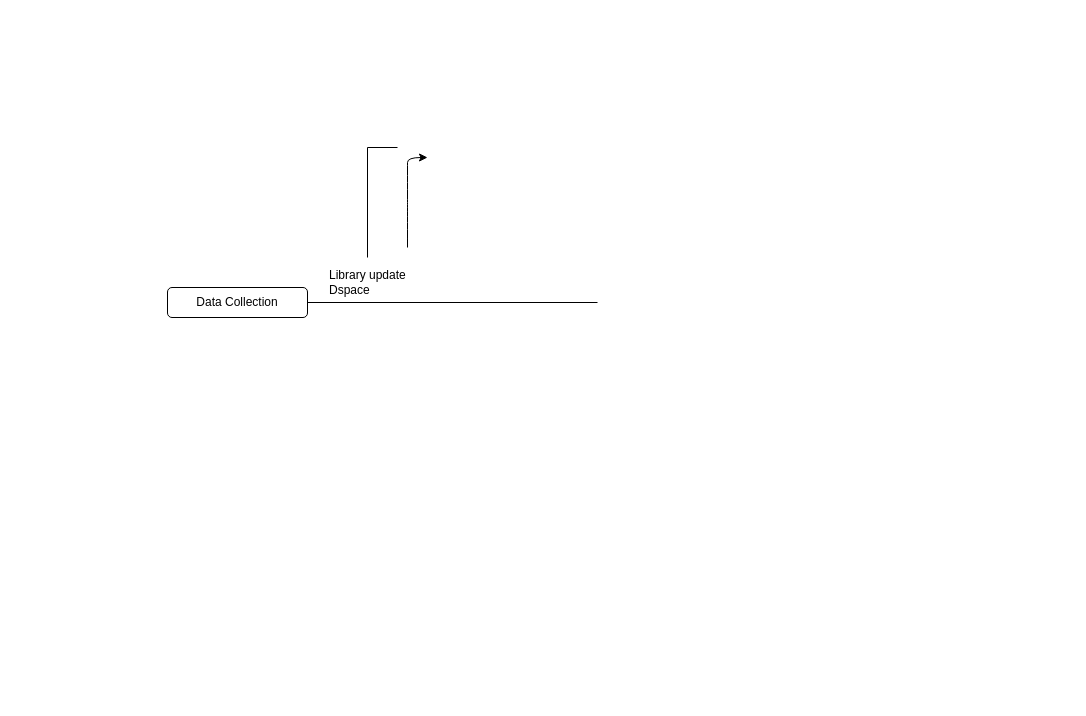
Above: Untitled Diagram.drawio in longcule/Hi (draw.io), before the change. Source tidied: cells renumbered, new cells numbered last; positions are measured from the earlier drawing's top-left corner, leaving out a move shared by most shapes. Both pictures are drawn from the tidied source at 100%, with x=0, y=0 at pixel (167, 147).
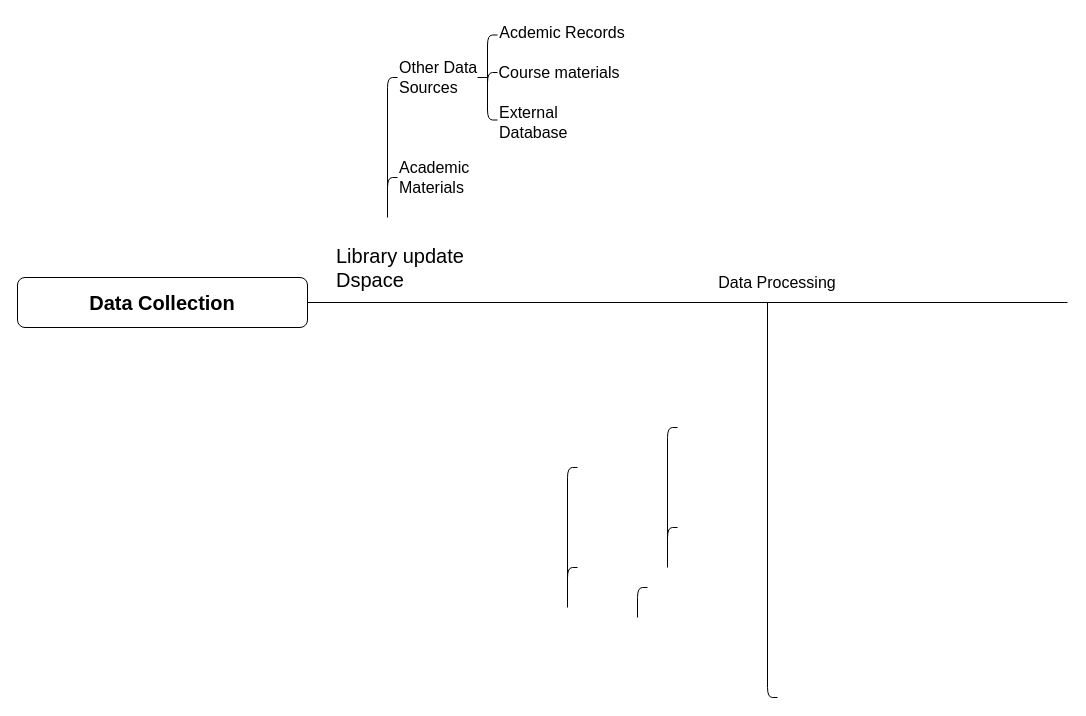
The same diagram, later.

Commit message (it also covers changes not shown here):
Cập nhật Untitled Diagram.drawio

Diff of the diagram source:
```diff
@@
-    <mxCell id="2" value="Data Collection" style="rounded=1;whiteSpace=wrap;html=1;" parent="1" vertex="1">
-      <mxGeometry y="140" width="140" height="30" as="geometry" />
+    <mxCell id="2" value="&lt;b&gt;Data Collection&lt;/b&gt;" style="rounded=1;whiteSpace=wrap;html=1;fontSize=20;" parent="1" vertex="1">
+      <mxGeometry x="-150" y="130" width="290" height="50" as="geometry" />
     </mxCell>
-    <mxCell id="3" style="endArrow=none;html=1;rounded=0;exitX=1;exitY=0.5;exitDx=0;exitDy=0;" parent="1" edge="1" source="2">
+    <mxCell id="3" style="endArrow=none;html=1;rounded=1;exitX=1;exitY=0.5;exitDx=0;exitDy=0;" parent="1" edge="1" source="2">
       <mxGeometry relative="1" as="geometry">
-        <mxPoint x="430" y="155" as="targetPoint" />
+        <mxPoint x="900" y="155" as="targetPoint" />
       </mxGeometry>
     </mxCell>
-    <mxCell id="4" value="Library update&amp;nbsp;&lt;br&gt;Dspace" style="text;html=1;align=left;verticalAlign=middle;whiteSpace=wrap;rounded=0;" parent="1" vertex="1">
-      <mxGeometry x="160" y="120" width="90" height="30" as="geometry" />
+    <mxCell id="4" value="Library update&amp;nbsp;&lt;br style=&quot;font-size: 20px;&quot;&gt;Dspace" style="text;html=1;align=left;verticalAlign=middle;whiteSpace=wrap;rounded=1;fontSize=20;" parent="1" vertex="1">
+      <mxGeometry x="167" y="100" width="140" height="40" as="geometry" />
     </mxCell>
+    <mxCell id="7" value="Other Data Sources" style="text;html=1;align=left;verticalAlign=middle;whiteSpace=wrap;rounded=0;fontSize=16;" parent="1" vertex="1">
+      <mxGeometry x="230" y="-90" width="90" height="40" as="geometry" />
+    </mxCell>
+    <mxCell id="8" value="Academic Materials" style="text;html=1;align=left;verticalAlign=middle;whiteSpace=wrap;rounded=0;fontSize=16;" parent="1" vertex="1">
+      <mxGeometry x="230" y="10" width="90" height="40" as="geometry" />
+    </mxCell>
+    <mxCell id="9" style="group;" parent="1" vertex="1">
+      <mxGeometry x="220" y="-70" height="100" as="geometry" />
+    </mxCell>
-    <mxCell id="5" style="endArrow=none;html=1;rounded=0;" parent="1" edge="1">
+    <mxCell id="5" style="endArrow=none;html=1;rounded=1;jumpSize=1;curved=0;endSize=1;startSize=2;strokeWidth=1;" parent="9" edge="1">
       <mxGeometry relative="1" as="geometry">
-        <mxPoint x="200" y="110" as="sourcePoint" />
-        <mxPoint x="230" as="targetPoint" />
+        <mxPoint y="140" as="sourcePoint" />
+        <mxPoint x="10" as="targetPoint" />
         <Array as="points">
-          <mxPoint x="200" />
+          <mxPoint />
         </Array>
       </mxGeometry>
     </mxCell>
-    <mxCell id="6" style="curved=1;endArrow=classic;html=1;rounded=0;" parent="1" edge="1">
-      <mxGeometry relative="1" as="geometry">
-        <mxPoint x="240" y="100" as="sourcePoint" />
-        <mxPoint x="260" y="10" as="targetPoint" />
-        <Array as="points">
-          <mxPoint x="240" y="60" />
-          <mxPoint x="240" y="50" />
-          <mxPoint x="240" y="20" />
-          <mxPoint x="240" y="10" />
-        </Array>
-      </mxGeometry>
-    </mxCell>
+    <mxCell id="10" style="endArrow=none;html=1;rounded=1;jumpSize=1;curved=0;endSize=1;startSize=2;strokeWidth=1;" parent="9" edge="1">
+      <mxGeometry relative="1" as="geometry">
+        <mxPoint y="130" as="sourcePoint" />
+        <mxPoint x="10" y="100" as="targetPoint" />
+        <Array as="points">
+          <mxPoint y="100" />
+        </Array>
+      </mxGeometry>
+    </mxCell>
+    <mxCell id="11" style="group;" parent="1" vertex="1">
+      <mxGeometry x="320" y="-112.5" height="85" as="geometry" />
+    </mxCell>
+    <mxCell id="12" style="endArrow=none;html=1;rounded=1;" parent="11" edge="1">
+      <mxGeometry relative="1" as="geometry">
+        <mxPoint x="-10" y="42.5" as="sourcePoint" />
+        <mxPoint y="42.5" as="targetPoint" />
+        <Array as="points">
+          <mxPoint y="42.5" />
+        </Array>
+      </mxGeometry>
+    </mxCell>
+    <mxCell id="13" style="group;" parent="1" vertex="1">
+      <mxGeometry x="320" y="-112.5" height="85" as="geometry" />
+    </mxCell>
+    <mxCell id="14" style="endArrow=none;html=1;rounded=1;jumpSize=1;curved=0;endSize=1;startSize=2;strokeWidth=1;" parent="13" edge="1">
+      <mxGeometry relative="1" as="geometry">
+        <mxPoint x="10" y="85" as="sourcePoint" />
+        <mxPoint x="10" as="targetPoint" />
+        <Array as="points">
+          <mxPoint y="85" />
+          <mxPoint />
+        </Array>
+      </mxGeometry>
+    </mxCell>
+    <mxCell id="15" value="Acdemic Records" style="text;html=1;align=center;verticalAlign=middle;whiteSpace=wrap;rounded=0;fontSize=16;" parent="1" vertex="1">
+      <mxGeometry x="330" y="-130" width="130" height="30" as="geometry" />
+    </mxCell>
+    <mxCell id="16" value="Course materials" style="text;html=1;align=center;verticalAlign=middle;whiteSpace=wrap;rounded=0;fontSize=16;" parent="1" vertex="1">
+      <mxGeometry x="330" y="-90" width="124" height="30" as="geometry" />
+    </mxCell>
+    <mxCell id="17" value="External Database" style="text;html=1;align=left;verticalAlign=middle;whiteSpace=wrap;rounded=0;fontSize=16;" parent="1" vertex="1">
+      <mxGeometry x="330" y="-40" width="60" height="30" as="geometry" />
+    </mxCell>
+    <mxCell id="18" style="endArrow=none;html=1;rounded=1;jumpSize=1;curved=0;endSize=1;startSize=2;strokeWidth=1;" parent="1" edge="1">
+      <mxGeometry relative="1" as="geometry">
+        <mxPoint x="320" y="-55" as="sourcePoint" />
+        <mxPoint x="330" y="-75" as="targetPoint" />
+        <Array as="points">
+          <mxPoint x="320" y="-75" />
+        </Array>
+      </mxGeometry>
+    </mxCell>
+    <mxCell id="19" value="Data Processing" style="text;html=1;align=center;verticalAlign=middle;whiteSpace=wrap;rounded=0;fontSize=16;" parent="1" vertex="1">
+      <mxGeometry x="530" y="120" width="160" height="30" as="geometry" />
+    </mxCell>
+    <mxCell id="20" style="group;" parent="1" vertex="1">
+      <mxGeometry x="500" y="280" height="100" as="geometry" />
+    </mxCell>
+    <mxCell id="21" style="endArrow=none;html=1;rounded=1;jumpSize=1;curved=0;endSize=1;startSize=2;strokeWidth=1;" parent="20" edge="1">
+      <mxGeometry relative="1" as="geometry">
+        <mxPoint y="140" as="sourcePoint" />
+        <mxPoint x="10" as="targetPoint" />
+        <Array as="points">
+          <mxPoint />
+        </Array>
+      </mxGeometry>
+    </mxCell>
+    <mxCell id="22" style="endArrow=none;html=1;rounded=1;jumpSize=1;curved=0;endSize=1;startSize=2;strokeWidth=1;" parent="20" edge="1">
+      <mxGeometry relative="1" as="geometry">
+        <mxPoint y="130" as="sourcePoint" />
+        <mxPoint x="10" y="100" as="targetPoint" />
+        <Array as="points">
+          <mxPoint y="100" />
+        </Array>
+      </mxGeometry>
+    </mxCell>
+    <mxCell id="23" style="group;" parent="1" vertex="1">
+      <mxGeometry x="400" y="320" height="100" as="geometry" />
+    </mxCell>
+    <mxCell id="24" style="endArrow=none;html=1;rounded=1;jumpSize=1;curved=0;endSize=1;startSize=2;strokeWidth=1;" parent="23" edge="1">
+      <mxGeometry relative="1" as="geometry">
+        <mxPoint y="140" as="sourcePoint" />
+        <mxPoint x="10" as="targetPoint" />
+        <Array as="points">
+          <mxPoint />
+        </Array>
+      </mxGeometry>
+    </mxCell>
+    <mxCell id="25" style="endArrow=none;html=1;rounded=1;jumpSize=1;curved=0;endSize=1;startSize=2;strokeWidth=1;" parent="23" edge="1">
+      <mxGeometry relative="1" as="geometry">
+        <mxPoint y="130" as="sourcePoint" />
+        <mxPoint x="10" y="100" as="targetPoint" />
+        <Array as="points">
+          <mxPoint y="100" />
+        </Array>
+      </mxGeometry>
+    </mxCell>
+    <mxCell id="26" style="endArrow=none;html=1;rounded=1;jumpSize=1;curved=0;endSize=1;startSize=2;strokeWidth=1;" parent="1" edge="1">
+      <mxGeometry relative="1" as="geometry">
+        <mxPoint x="600" y="155" as="sourcePoint" />
+        <mxPoint x="610" y="550" as="targetPoint" />
+        <Array as="points">
+          <mxPoint x="600" y="550" />
+        </Array>
+      </mxGeometry>
+    </mxCell>
+    <mxCell id="27" style="endArrow=none;html=1;rounded=1;jumpSize=1;curved=0;endSize=1;startSize=2;strokeWidth=1;" parent="1" edge="1">
+      <mxGeometry relative="1" as="geometry">
+        <mxPoint x="470" y="470" as="sourcePoint" />
+        <mxPoint x="480" y="440" as="targetPoint" />
+        <Array as="points">
+          <mxPoint x="470" y="440" />
+        </Array>
+      </mxGeometry>
+    </mxCell>
```
